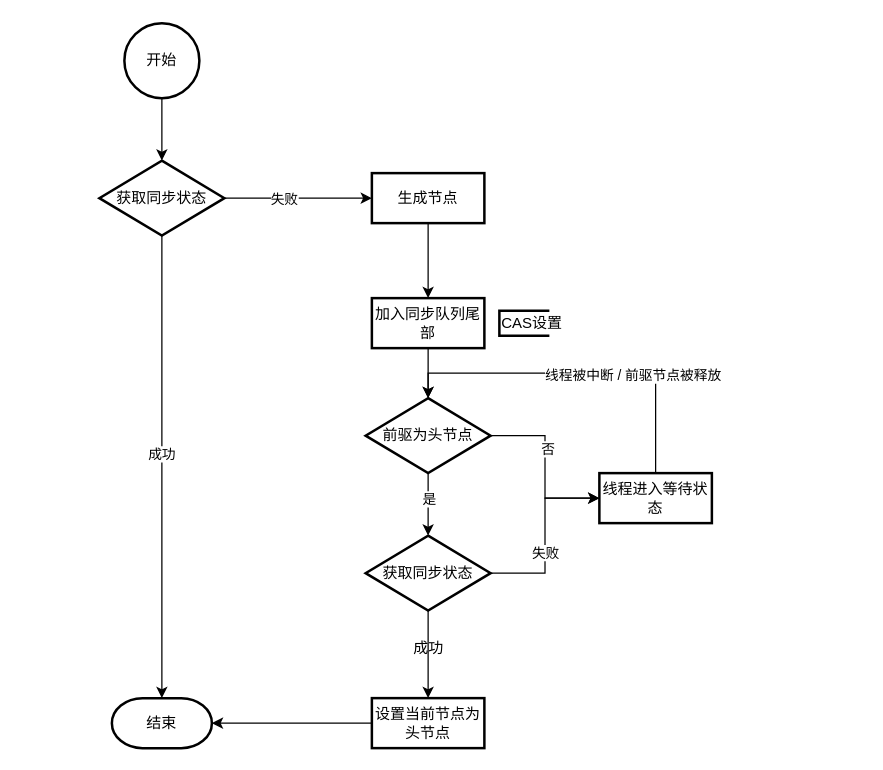
Before: java/diagram/流程图-独占式获取同步状态.drawio in chengjunjie2022/demo, a draw.io diagram. Source tidied: cells renumbered, new cells numbered last; positions are measured from the earlier drawing's top-left corner, leaving out a move shared by most shapes. Both pictures are drawn from the tidied source at 125%, with x=0, y=0 at pixel (99, 22).
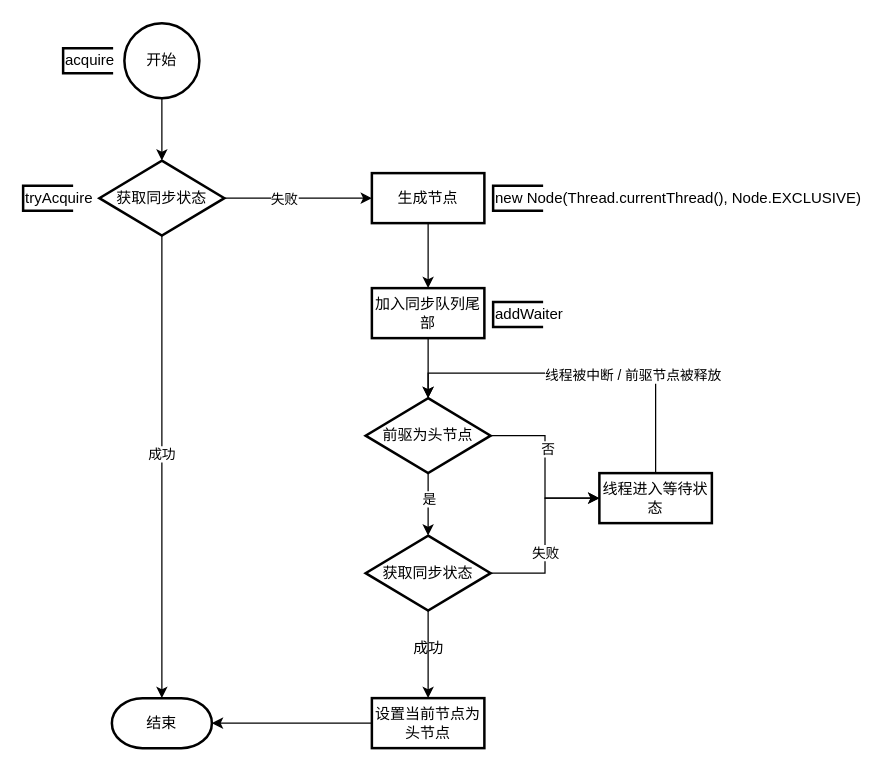
After the change.

Commit message:
Update 流程图-独占式获取同步状态.drawio

Change to the diagram source:
```diff
@@
     <mxCell id="13" value="加入同步队列尾部" style="whiteSpace=wrap;html=1;strokeWidth=2;" parent="1" vertex="1">
-      <mxGeometry x="218" y="220" width="90" height="40" as="geometry" />
+      <mxGeometry x="218" y="212" width="90" height="40" as="geometry" />
     </mxCell>
@@
-    <mxCell id="29" value="CAS设置" style="strokeWidth=2;html=1;shape=mxgraph.flowchart.annotation_1;align=left;" parent="1" vertex="1">
-      <mxGeometry x="320" y="230" width="40" height="20" as="geometry" />
+    <mxCell id="29" value="addWaiter" style="strokeWidth=2;html=1;shape=mxgraph.flowchart.annotation_1;align=left;" parent="1" vertex="1">
+      <mxGeometry x="315" y="223" width="40" height="20" as="geometry" />
     </mxCell>
+    <mxCell id="30" value="acquire" style="strokeWidth=2;html=1;shape=mxgraph.flowchart.annotation_1;align=left;" parent="1" vertex="1">
+      <mxGeometry x="-29" y="20" width="40" height="20" as="geometry" />
+    </mxCell>
+    <mxCell id="31" value="tryAcquire" style="strokeWidth=2;html=1;shape=mxgraph.flowchart.annotation_1;align=left;" parent="1" vertex="1">
+      <mxGeometry x="-61" y="130" width="40" height="20" as="geometry" />
+    </mxCell>
+    <mxCell id="32" value="new Node(Thread.currentThread(), Node.EXCLUSIVE)" style="strokeWidth=2;html=1;shape=mxgraph.flowchart.annotation_1;align=left;" parent="1" vertex="1">
+      <mxGeometry x="315" y="130" width="40" height="20" as="geometry" />
+    </mxCell>
```
